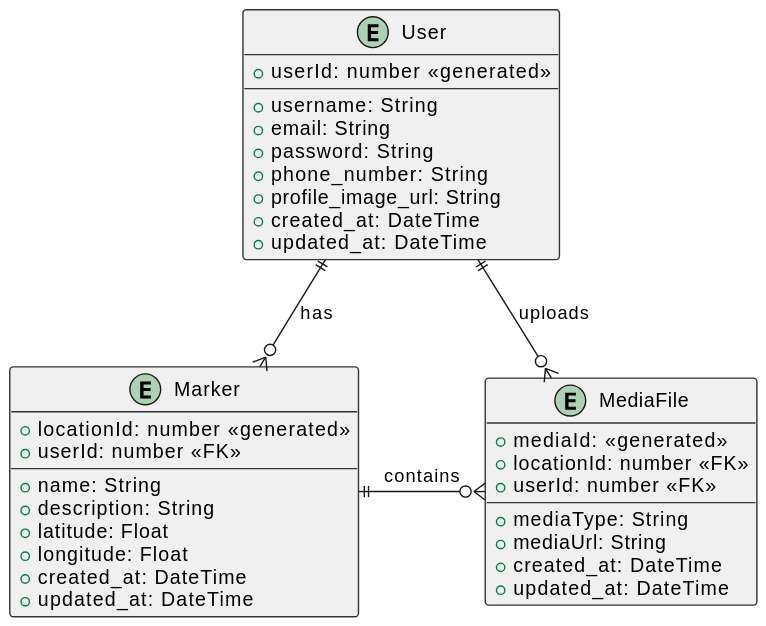
Earlier version of the PlantUML export out/docs/diagrams/entity_diagram/entity_diagram.svg (inatagan/owlmapapi). Source of this version:
```plantuml
@startuml
skinparam class {
    BackgroundColor #f0f0f0
    BorderColor #333333
    BorderThickness 1
}
entity "User" as Users {
    +userId: number <<generated>>
    --
    +username: String
    +email: String
    +password: String
    +phone_number: String
    +profile_image_url: String
    +created_at: DateTime
    +updated_at: DateTime
}
entity "Marker" as Markers {
    +locationId: number <<generated>>
    +userId: number <<FK>>
    --
    +name: String
    +description: String
    +latitude: Float
    +longitude: Float
    +created_at: DateTime
    +updated_at: DateTime
}
entity "MediaFile" as MediaFiles {
    +mediaId: <<generated>>
    +locationId: number <<FK>>
    +userId: number <<FK>>
    --
    +mediaType: String
    +mediaUrl: String
    +created_at: DateTime
    +updated_at: DateTime
}
Users ||-d-o{ Markers : "has"
Users ||-r-o{ MediaFiles : "uploads"
Markers ||-r-o{ MediaFiles : "contains"
@enduml
```
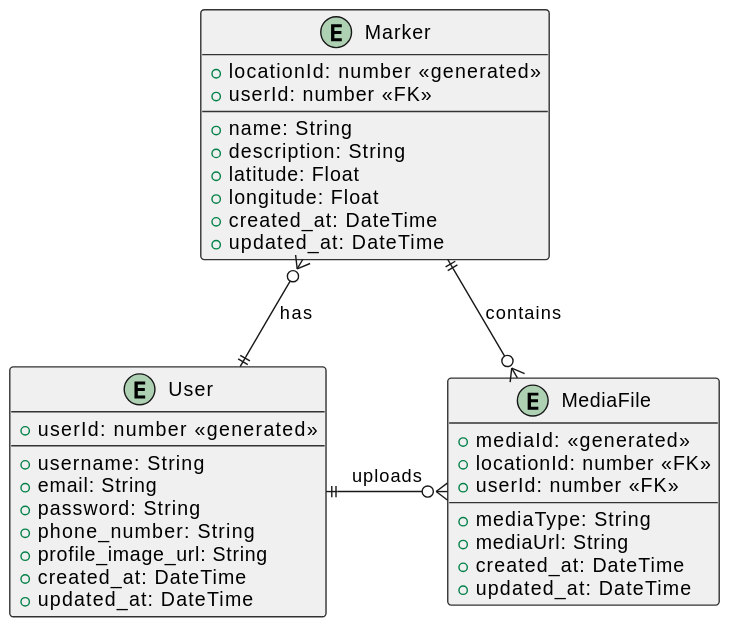
After the commit.

Change to the diagram source:
```diff
@@ -36,7 +36,7 @@
     +created_at: DateTime
     +updated_at: DateTime
 }
-Users ||-d-o{ Markers : "has"
+Users ||-u-o{ Markers : "has"
 Users ||-r-o{ MediaFiles : "uploads"
 Markers ||-r-o{ MediaFiles : "contains"
 @enduml
```
